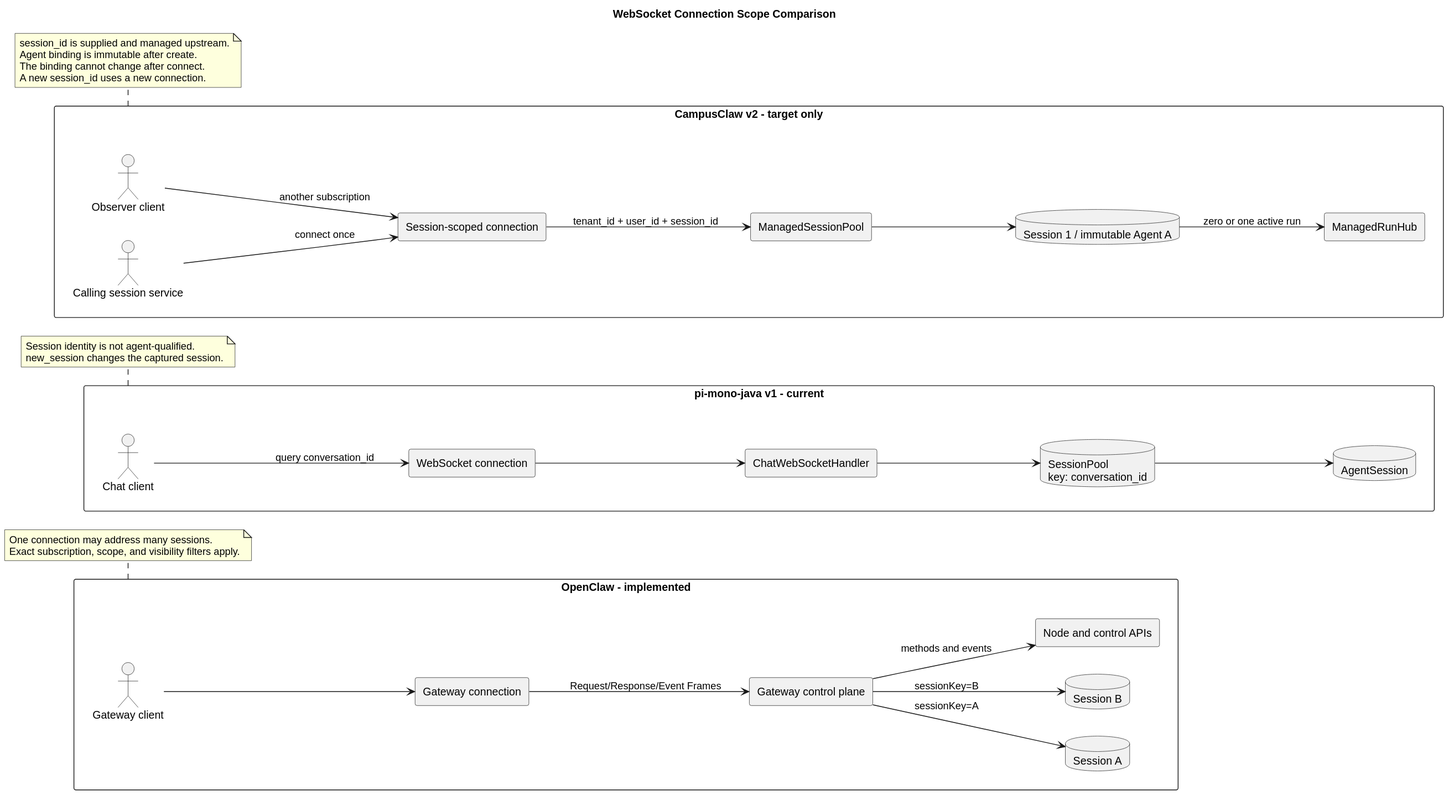
Before: openclaw-campusclaw-websocket-comparison/websocket_connection_scope_comparison.svg, a diagram exported from PlantUML (superheromeZzh/pi-mono-java-design).
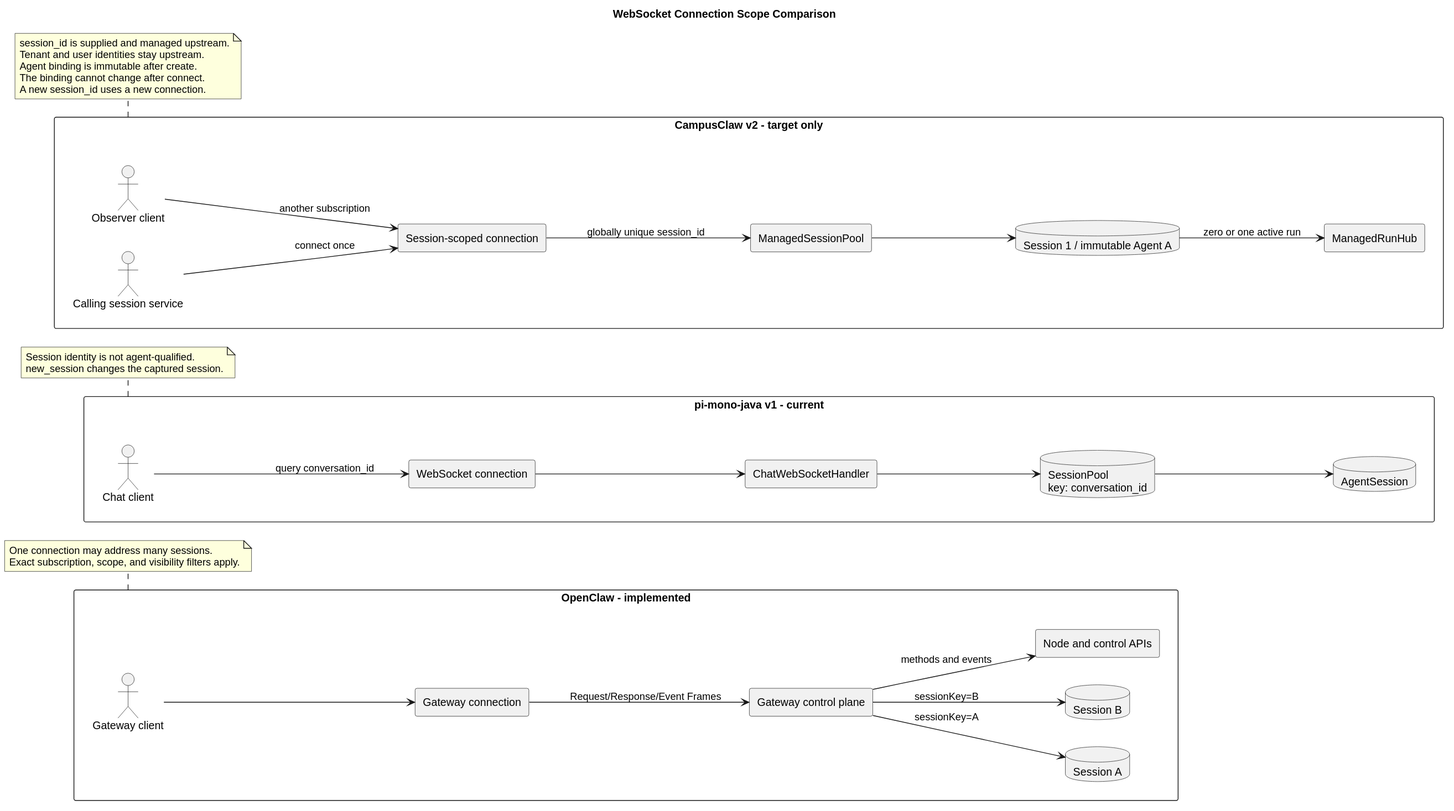
Later version of the same file.

Diff of the diagram source:
```diff
@@ -47,7 +47,7 @@
 
   cc_client --> cc_conn : connect once
   cc_observer --> cc_conn : another subscription
-  cc_conn --> cc_pool : tenant_id + user_id + session_id
+  cc_conn --> cc_pool : globally unique session_id
   cc_pool --> cc_session
   cc_session --> cc_hub : zero or one active run
 }
@@ -64,6 +64,7 @@
 
 note bottom of campus_v2
   session_id is supplied and managed upstream.
+  Tenant and user identities stay upstream.
   Agent binding is immutable after create.
   The binding cannot change after connect.
   A new session_id uses a new connection.
```
